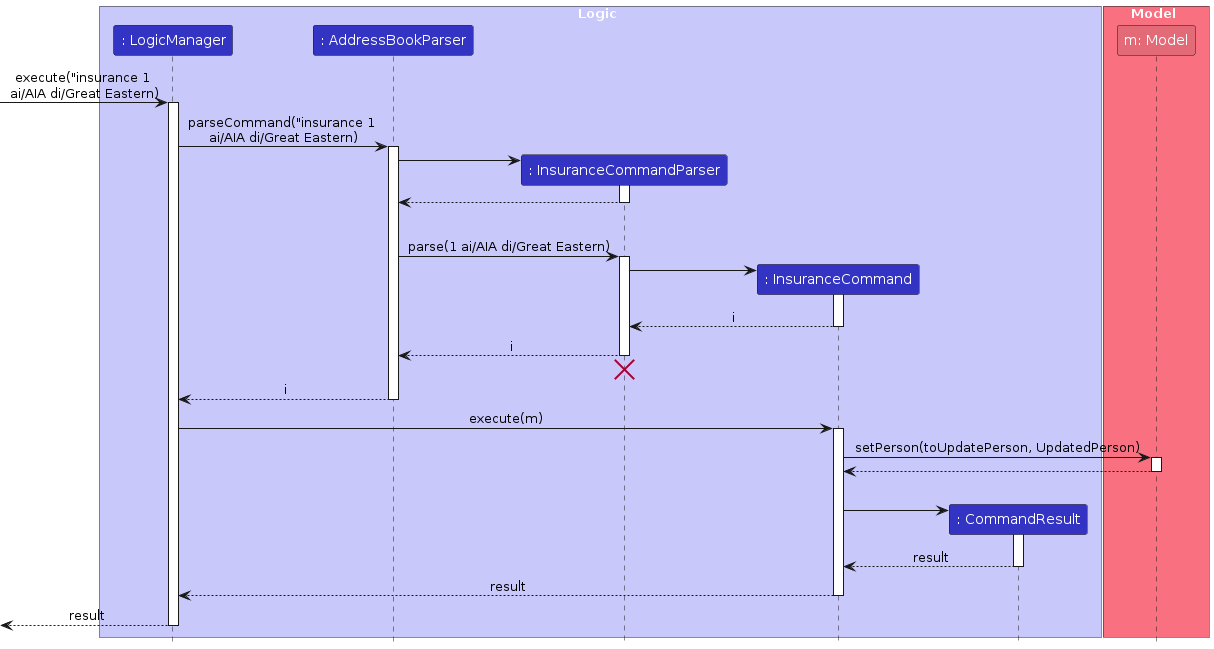
The PlantUML diagram diagrams/insurance-feature/InsuranceSequence.png in yucongkoo/tp, before a commit. Its source is kept beside it as diagrams/insurance-feature/InsuranceSequence.puml. Source of this version:
```plantuml
@startuml
!include ../style.puml
skinparam ArrowFontStyle plain

box Logic LOGIC_COLOR_T1
participant ": LogicManager" as manager LOGIC_COLOR
participant ": AddressBookParser" as parser LOGIC_COLOR
participant ": InsuranceCommandParser" as insuranceParser LOGIC_COLOR
participant ": InsuranceCommand" as command LOGIC_COLOR
participant ": CommandResult" as result LOGIC_COLOR
end box

box Model MODEL_COLOR_T1
participant "m: Model" as model MODEL_COLOR
end box

[-> manager : execute("insurance 1 \nai/AIA di/Great Eastern)
activate manager

manager -> parser : parseCommand("insurance 1 \nai/AIA di/Great Eastern)
activate parser

create insuranceParser
parser -> insuranceParser
activate insuranceParser
return
|||
parser -> insuranceParser : parse(1 ai/AIA di/Great Eastern)
activate insuranceParser

create command
insuranceParser -> command
activate command
return i

return i
insuranceParser -[hidden]-> parser
destroy insuranceParser

return i

manager -> command : execute(m)
activate command
command -> model : setPerson(toUpdatePerson, UpdatedPerson)
activate model
return
|||

create result
command -> result
activate result
return result

return result
return result


@enduml
```
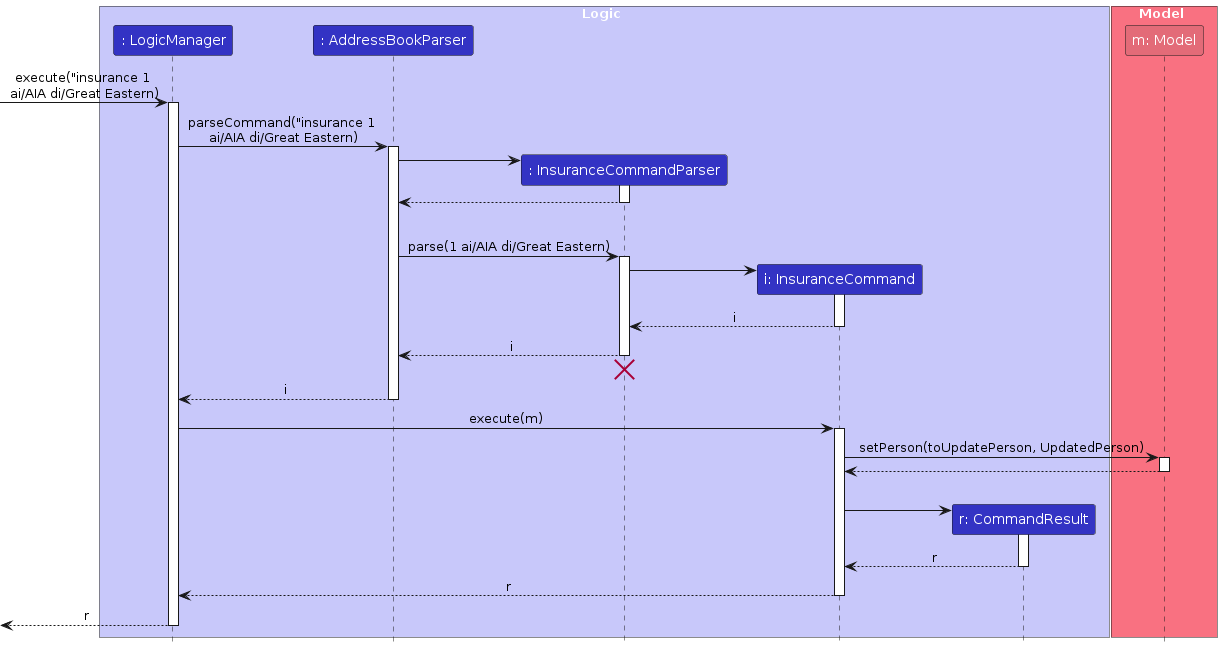
The same file after the commit.

Diff of the diagram source:
```diff
@@ -6,8 +6,8 @@
 participant ": LogicManager" as manager LOGIC_COLOR
 participant ": AddressBookParser" as parser LOGIC_COLOR
 participant ": InsuranceCommandParser" as insuranceParser LOGIC_COLOR
-participant ": InsuranceCommand" as command LOGIC_COLOR
-participant ": CommandResult" as result LOGIC_COLOR
+participant "i: InsuranceCommand" as command LOGIC_COLOR
+participant "r: CommandResult" as result LOGIC_COLOR
 end box
 
 box Model MODEL_COLOR_T1
@@ -49,10 +49,10 @@
 create result
 command -> result
 activate result
-return result
+return r
 
-return result
-return result
+return r
+return r
 
 
 @enduml
```
